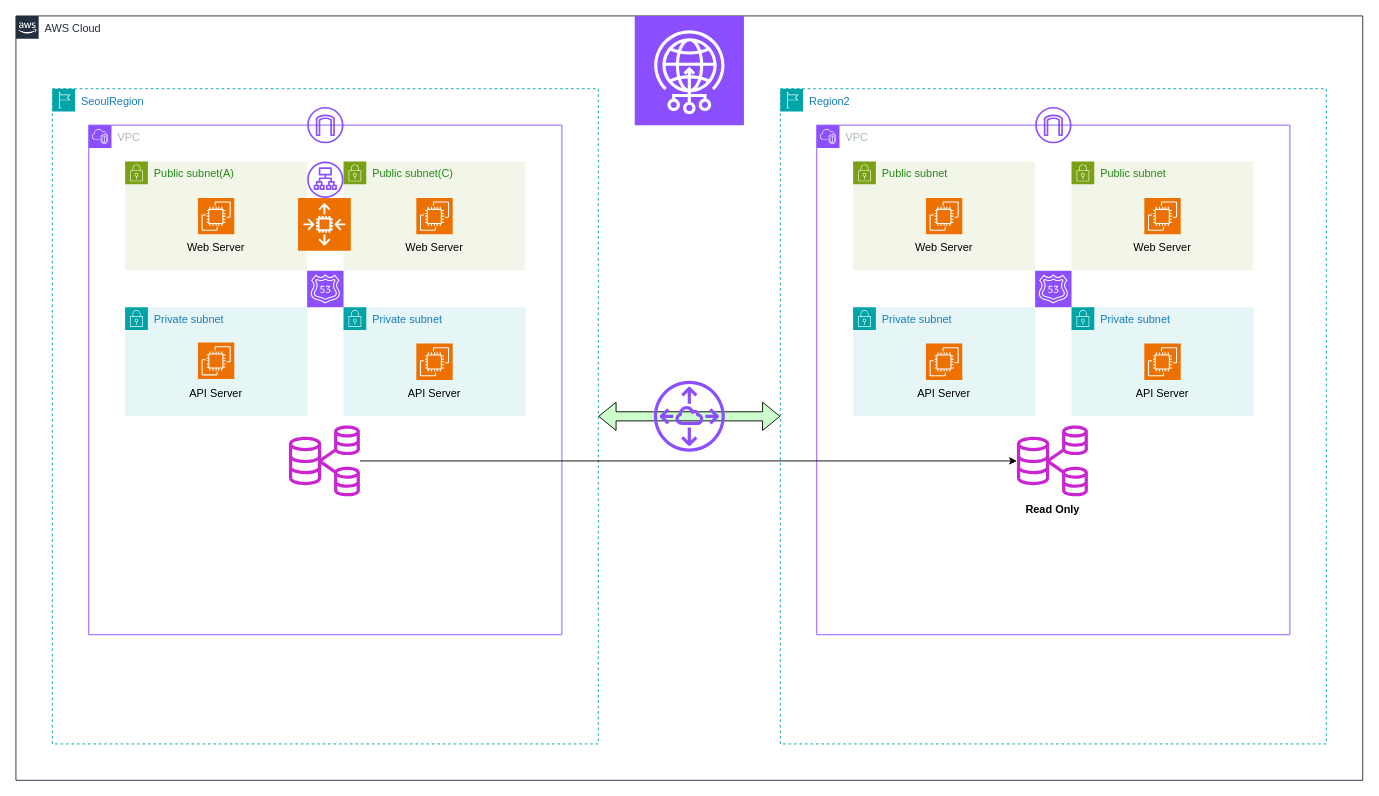
Before: Ideas/Proj.drawio in NoJamBean/Revolution, a draw.io diagram. Source tidied: cells renumbered, new cells numbered last; positions are measured from the earlier drawing's top-left corner, leaving out a move shared by most shapes. Both pictures are drawn from the tidied source at 91%, with x=0, y=0 at pixel (15, 15).
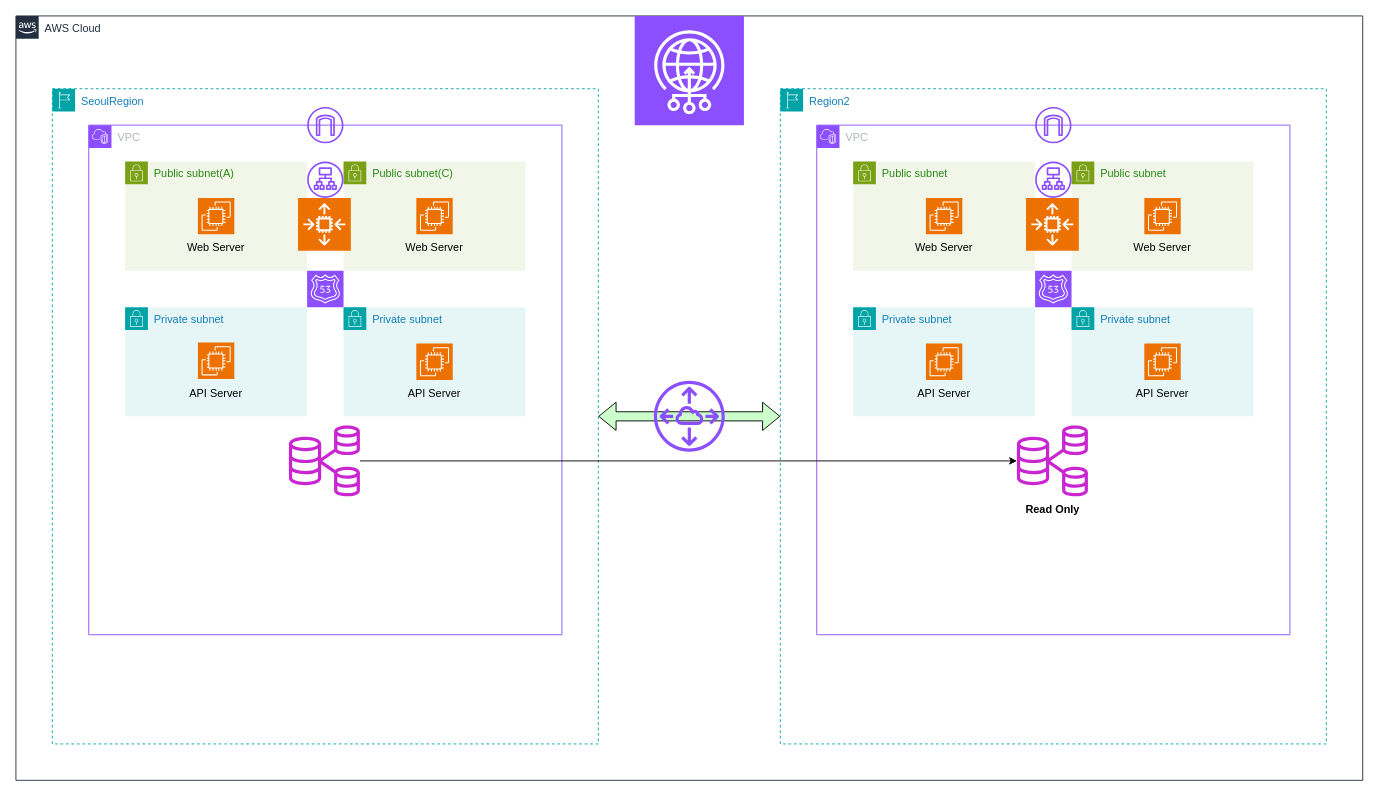
The same diagram, later.

Commit message (it also covers changes not shown here):
초기 Infra구성도 다시 커밋

Unchanged cells that the change refers to:
```xml
<mxCell id="5" value="VPC" style="gradientColor=none;html=1;whiteSpace=wrap;fontSize=12;fontStyle=0;shape=mxgraph.aws4.group;grIcon=mxgraph.aws4.group_vpc2;strokeColor=#8C4FFF;fillColor=none;verticalAlign=top;align=left;spacingLeft=30;fontColor=#AAB7B8;dashed=0;" parent="4" vertex="1">
  <mxGeometry x="40" y="40" width="520" height="560" as="geometry" />
</mxCell>
```

What changed in the source:
```diff
@@
+    <mxCell id="44" style="sketch=0;fontColor=#232F3E;fillColor=#ED7100;strokeColor=#ffffff;dashed=0;verticalLabelPosition=bottom;verticalAlign=top;align=center;html=1;fontSize=12;fontStyle=0;shape=mxgraph.aws4.resourceIcon;resIcon=mxgraph.aws4.auto_scaling2;" parent="5" vertex="1">
+      <mxGeometry x="230" y="80" width="58" height="58" as="geometry" />
+    </mxCell>
+    <mxCell id="45" style="sketch=0;fontColor=#232F3E;gradientColor=none;fillColor=#8C4FFF;strokeColor=none;dashed=0;verticalLabelPosition=bottom;verticalAlign=top;align=center;html=1;fontSize=12;fontStyle=0;shape=mxgraph.aws4.application_load_balancer;" parent="5" vertex="1">
+      <mxGeometry x="240" y="40" width="40" height="40" as="geometry" />
+    </mxCell>
```
